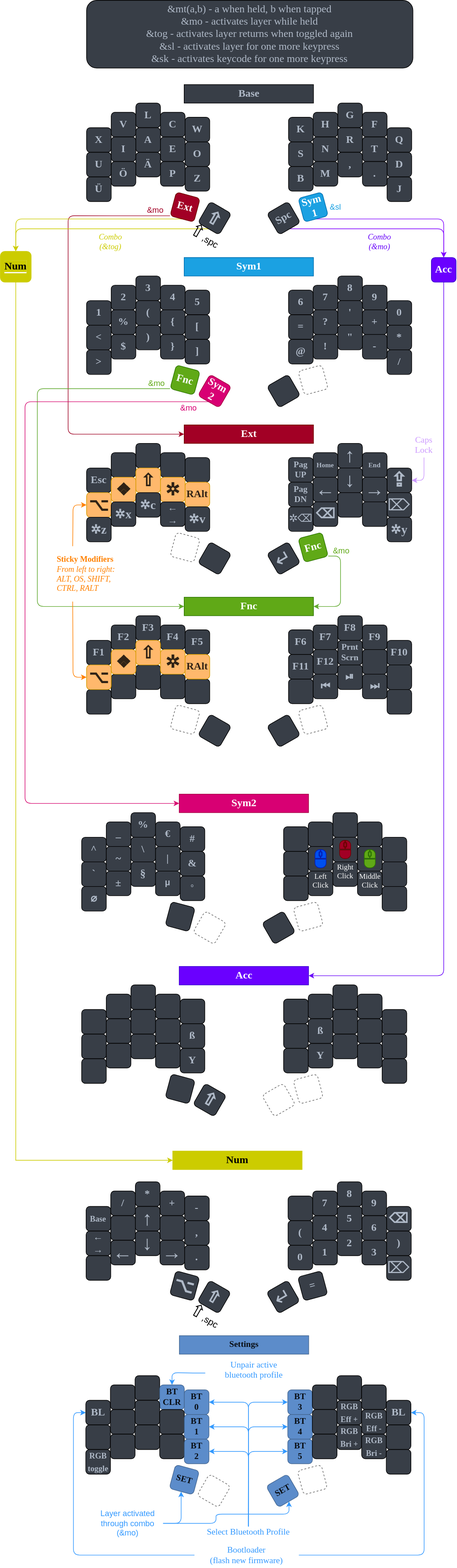
The draw.io diagram Layout/Sweepd_Neo2.svg in hoyohayo/zmk-config, before a commit. Source tidied: cells renumbered, new cells last; positions are measured from the earlier drawing's top-left corner, leaving out a move shared by most shapes.
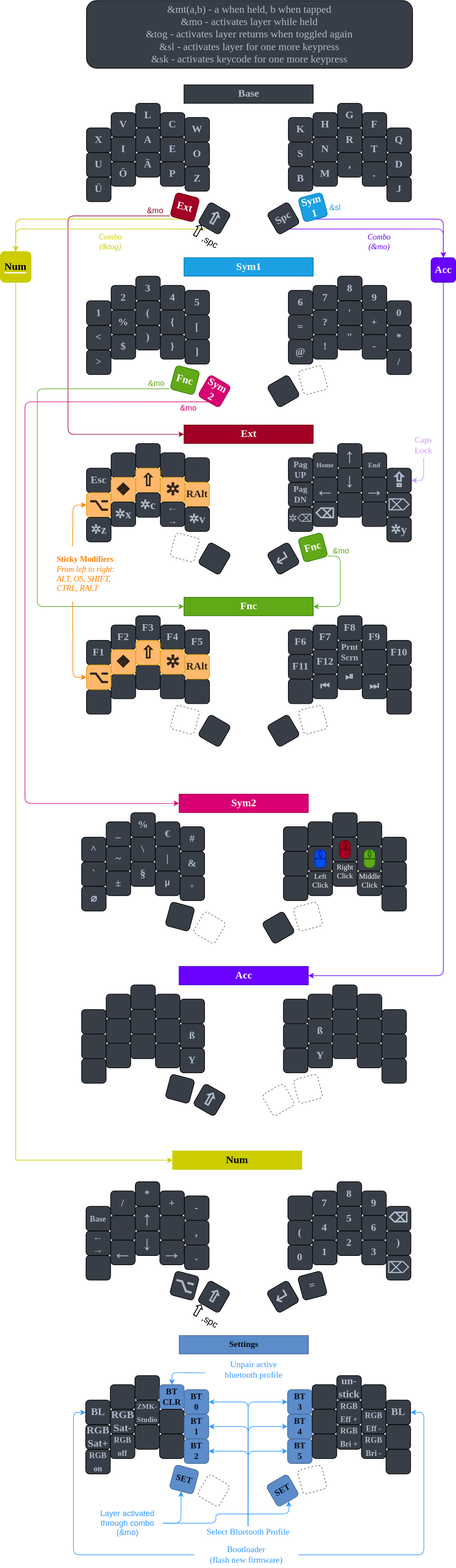
Above is the later version.

Commit message:
unlock ZMK-Studio

The edit, as a diff of the source:
```diff
@@ -900,13 +900,13 @@
     <mxCell id="288" value="&lt;div&gt;BT&lt;/div&gt;&lt;div&gt;0&lt;br&gt;&lt;/div&gt;" style="whiteSpace=wrap;html=1;fontSize=14;fontFamily=Verdana;fontStyle=1;fontColor=#090e14;fillColor=#5C8CCA;rounded=1;strokeColor=#456893;" parent="1" vertex="1">
       <mxGeometry x="298.8" y="2258" width="40" height="40" as="geometry" />
     </mxCell>
-    <mxCell id="289" style="whiteSpace=wrap;html=1;fontSize=17;fontFamily=Verdana;fontStyle=1;fontColor=#AFB9C7;fillColor=#383E47;rounded=1;" parent="1" vertex="1">
+    <mxCell id="289" value="RGB Sat+" style="whiteSpace=wrap;html=1;fontSize=17;fontFamily=Verdana;fontStyle=1;fontColor=#AFB9C7;fillColor=#383E47;rounded=1;" parent="1" vertex="1">
       <mxGeometry x="138.8" y="2315" width="40" height="40" as="geometry" />
     </mxCell>
-    <mxCell id="290" style="whiteSpace=wrap;html=1;fontSize=17;fontFamily=Verdana;fontStyle=1;fontColor=#AFB9C7;fillColor=#383E47;rounded=1;" parent="1" vertex="1">
+    <mxCell id="290" value="RGB Sat-" style="whiteSpace=wrap;html=1;fontSize=17;fontFamily=Verdana;fontStyle=1;fontColor=#AFB9C7;fillColor=#383E47;rounded=1;" parent="1" vertex="1">
       <mxGeometry x="178.8" y="2290" width="40" height="40" as="geometry" />
     </mxCell>
-    <mxCell id="291" style="whiteSpace=wrap;html=1;fontSize=17;fontFamily=Verdana;fontStyle=1;fontColor=#AFB9C7;fillColor=#383E47;rounded=1;" parent="1" vertex="1">
+    <mxCell id="291" value="&lt;font style=&quot;font-size: 12px;&quot;&gt;ZMK-Studio&lt;/font&gt;" style="whiteSpace=wrap;html=1;fontSize=17;fontFamily=Verdana;fontStyle=1;fontColor=#AFB9C7;fillColor=#383E47;rounded=1;" parent="1" vertex="1">
       <mxGeometry x="218.8" y="2275" width="40" height="40" as="geometry" />
     </mxCell>
     <mxCell id="292" style="whiteSpace=wrap;html=1;fontSize=17;fontFamily=Verdana;fontStyle=1;fontColor=#AFB9C7;fillColor=#383E47;rounded=1;" parent="1" vertex="1">
@@ -915,10 +915,10 @@
     <mxCell id="293" value="&lt;div&gt;BT&lt;/div&gt;&lt;div&gt;1&lt;br&gt;&lt;/div&gt;" style="whiteSpace=wrap;html=1;fontSize=14;fontFamily=Verdana;fontStyle=1;fontColor=#090e14;fillColor=#5C8CCA;rounded=1;strokeColor=#456893;" parent="1" vertex="1">
       <mxGeometry x="298.8" y="2298" width="40" height="40" as="geometry" />
     </mxCell>
-    <mxCell id="294" value="&lt;font style=&quot;font-size: 13px;&quot;&gt;RGB&lt;br&gt;toggle&lt;/font&gt;" style="whiteSpace=wrap;html=1;fontSize=17;fontFamily=Verdana;fontStyle=1;fontColor=#AFB9C7;fillColor=#383E47;rounded=1;" parent="1" vertex="1">
+    <mxCell id="294" value="&lt;font style=&quot;font-size: 13px;&quot;&gt;RGB&lt;br&gt;on&lt;br&gt;&lt;/font&gt;" style="whiteSpace=wrap;html=1;fontSize=17;fontFamily=Verdana;fontStyle=1;fontColor=#AFB9C7;fillColor=#383E47;rounded=1;" parent="1" vertex="1">
       <mxGeometry x="138.8" y="2355" width="40" height="40" as="geometry" />
     </mxCell>
-    <mxCell id="295" style="whiteSpace=wrap;html=1;fontSize=17;fontFamily=Verdana;fontStyle=1;fontColor=#AFB9C7;fillColor=#383E47;rounded=1;" parent="1" vertex="1">
+    <mxCell id="295" value="&lt;font style=&quot;font-size: 13px;&quot;&gt;RGB off&lt;/font&gt;" style="whiteSpace=wrap;html=1;fontSize=17;fontFamily=Verdana;fontStyle=1;fontColor=#AFB9C7;fillColor=#383E47;rounded=1;" parent="1" vertex="1">
       <mxGeometry x="178.8" y="2330" width="40" height="40" as="geometry" />
     </mxCell>
     <mxCell id="296" style="whiteSpace=wrap;html=1;fontSize=17;fontFamily=Verdana;fontStyle=1;fontColor=#AFB9C7;fillColor=#383E47;rounded=1;" parent="1" vertex="1">
@@ -942,7 +942,7 @@
     <mxCell id="302" style="whiteSpace=wrap;html=1;fontSize=17;fontFamily=Verdana;fontStyle=1;fontColor=#AFB9C7;fillColor=#383E47;rounded=1;" parent="1" vertex="1">
       <mxGeometry x="506.8" y="2250" width="40" height="40" as="geometry" />
     </mxCell>
-    <mxCell id="303" style="whiteSpace=wrap;html=1;fontSize=17;fontFamily=Verdana;fontStyle=1;fontColor=#AFB9C7;fillColor=#383E47;rounded=1;" parent="1" vertex="1">
+    <mxCell id="303" value="un-stick" style="whiteSpace=wrap;html=1;fontSize=17;fontFamily=Verdana;fontStyle=1;fontColor=#AFB9C7;fillColor=#383E47;rounded=1;" parent="1" vertex="1">
       <mxGeometry x="546.8" y="2235" width="40" height="40" as="geometry" />
     </mxCell>
     <mxCell id="304" style="whiteSpace=wrap;html=1;fontSize=17;fontFamily=Verdana;fontStyle=1;fontColor=#AFB9C7;fillColor=#383E47;rounded=1;" parent="1" vertex="1">
```
